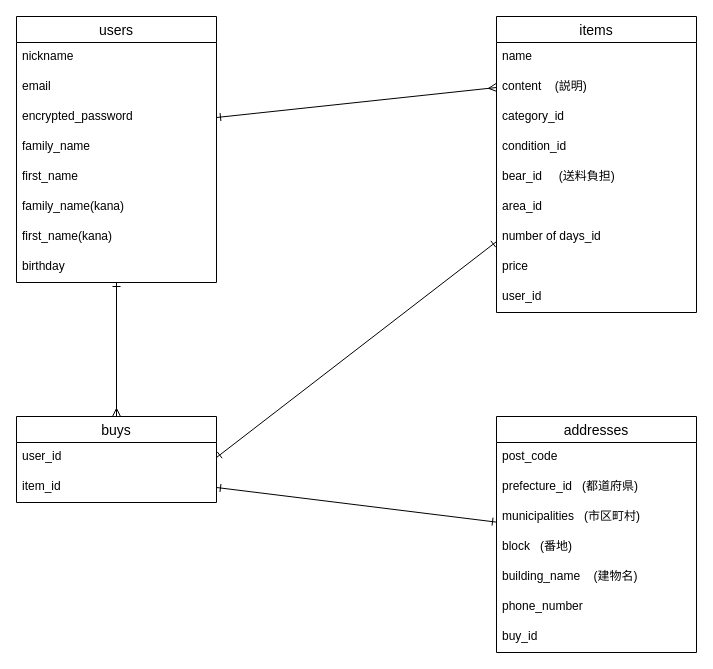
Before: test.dio in mofumofusand/furima-40950, a draw.io diagram. Source tidied: cells renumbered, new cells numbered last; positions are measured from the earlier drawing's top-left corner, leaving out a move shared by most shapes. Both pictures are drawn from the tidied source at 100%, with x=0, y=0 at pixel (16, 16).
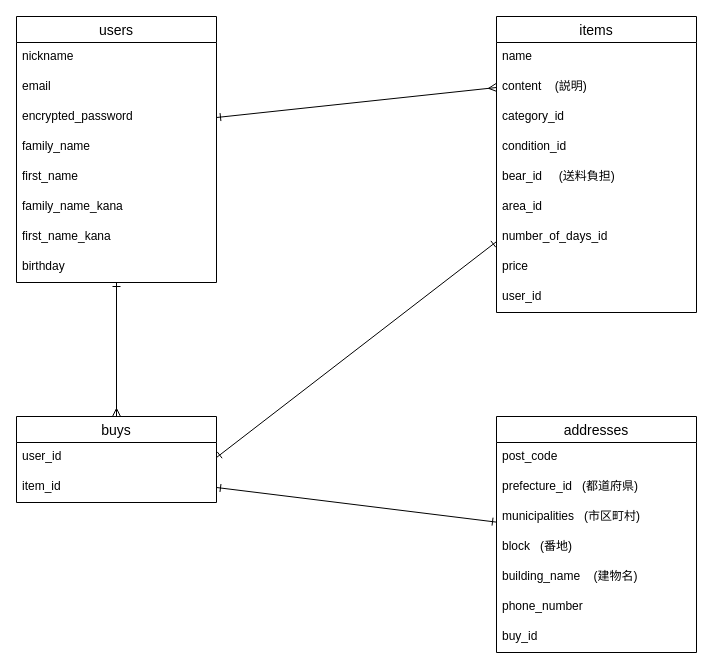
The same diagram, later.

Commit message (it also covers changes not shown here):
ER図とREADMEの修正

Unchanged cells that the change refers to:
```xml
<mxCell id="3" value="users" style="swimlane;fontStyle=0;horizontal=1;startSize=26;align=center;fontSize=14;labelBackgroundColor=none;labelBorderColor=none;sketch=0;strokeColor=default;strokeWidth=1;fillColor=none;" parent="1" vertex="1">
  <mxGeometry width="200" height="266" as="geometry" />
</mxCell>
<mxCell id="13" value="items" style="swimlane;fontStyle=0;horizontal=1;startSize=26;align=center;fontSize=14;labelBackgroundColor=none;labelBorderColor=none;sketch=0;strokeColor=default;strokeWidth=1;fillColor=none;" parent="1" vertex="1">
  <mxGeometry x="480" width="200" height="296" as="geometry" />
</mxCell>
```

What changed in the source:
```diff
@@
-    <mxCell id="9" value="family_name(kana)" style="text;strokeColor=none;fillColor=none;spacingLeft=4;spacingRight=4;overflow=hidden;fontSize=12;labelBackgroundColor=none;labelBorderColor=none;sketch=0;strokeWidth=1;" parent="3" vertex="1">
+    <mxCell id="9" value="family_name_kana" style="text;strokeColor=none;fillColor=none;spacingLeft=4;spacingRight=4;overflow=hidden;fontSize=12;labelBackgroundColor=none;labelBorderColor=none;sketch=0;strokeWidth=1;" parent="3" vertex="1">
       <mxGeometry y="176" width="200" height="30" as="geometry" />
     </mxCell>
-    <mxCell id="10" value="first_name(kana)" style="text;strokeColor=none;fillColor=none;spacingLeft=4;spacingRight=4;overflow=hidden;fontSize=12;labelBackgroundColor=none;labelBorderColor=none;sketch=0;strokeWidth=1;" parent="3" vertex="1">
+    <mxCell id="10" value="first_name_kana" style="text;strokeColor=none;fillColor=none;spacingLeft=4;spacingRight=4;overflow=hidden;fontSize=12;labelBackgroundColor=none;labelBorderColor=none;sketch=0;strokeWidth=1;" parent="3" vertex="1">
       <mxGeometry y="206" width="200" height="30" as="geometry" />
     </mxCell>
@@
-    <mxCell id="20" value="number of days_id" style="text;strokeColor=none;fillColor=none;spacingLeft=4;spacingRight=4;overflow=hidden;fontSize=12;labelBackgroundColor=none;labelBorderColor=none;sketch=0;strokeWidth=1;" parent="13" vertex="1">
+    <mxCell id="20" value="number_of_days_id" style="text;strokeColor=none;fillColor=none;spacingLeft=4;spacingRight=4;overflow=hidden;fontSize=12;labelBackgroundColor=none;labelBorderColor=none;sketch=0;strokeWidth=1;" parent="13" vertex="1">
       <mxGeometry y="206" width="200" height="30" as="geometry" />
     </mxCell>
```
